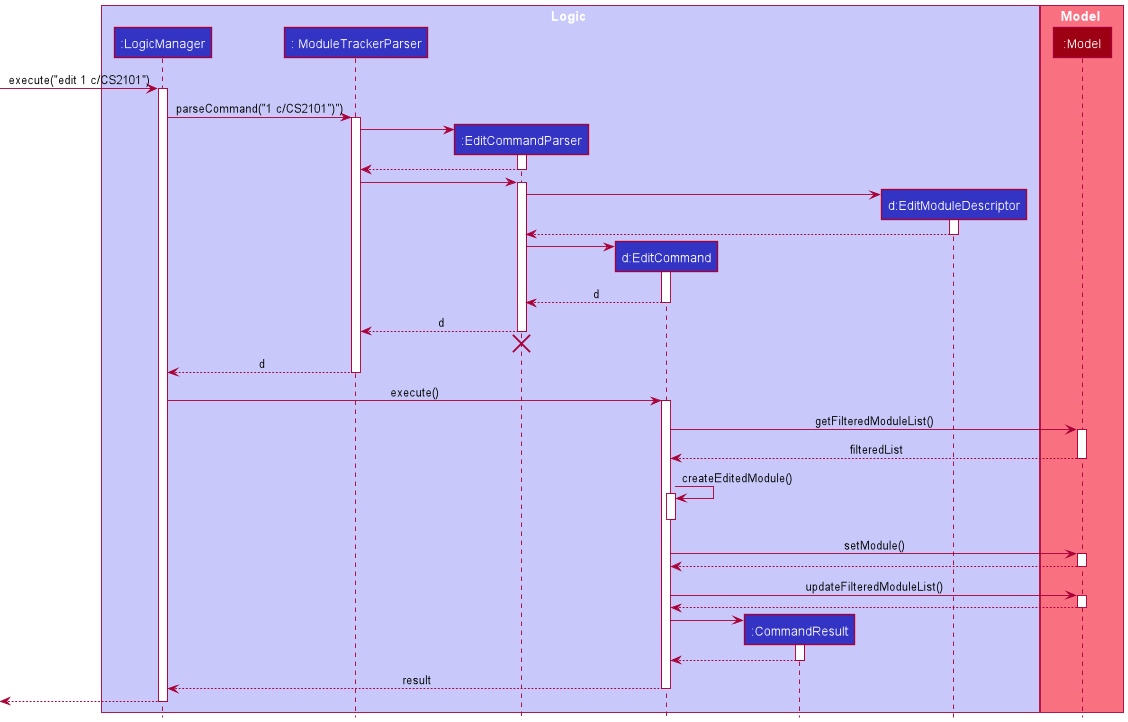
Earlier version of the PlantUML export docs/images/EditCommandSequenceDiagram.png (nus-cs2103-AY2122S1/tp).
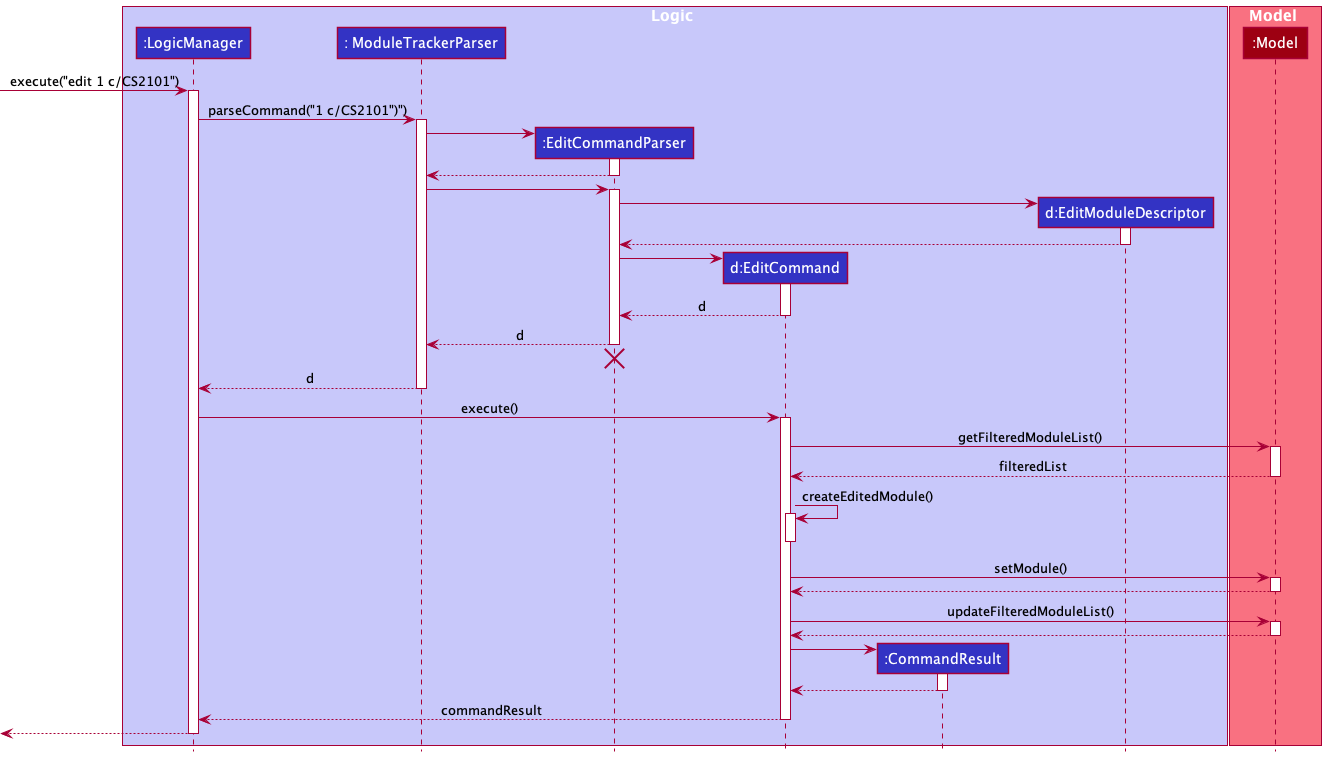
The same diagram one commit later.

The edit, as a diff of the source:
```diff
@@ -78,7 +78,7 @@
 CommandResult --> EditCommand
 deactivate CommandResult
 
-EditCommand --> LogicManager : result
+EditCommand --> LogicManager : commandResult
 deactivate EditCommand
 
 [<--LogicManager
```
